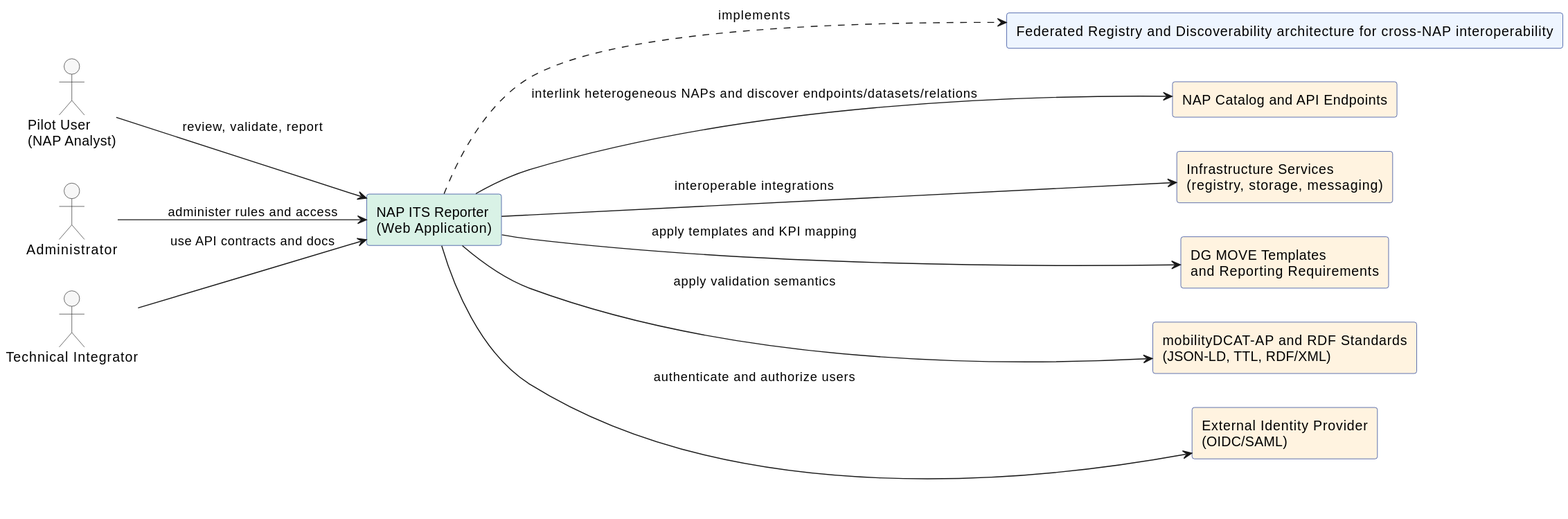
Above: Napcore-ITS-Reporting/docs/architecture/svg/system-context.svg in UM-KGPI/Napcore-ITS-Reporting (PlantUML), before the change.
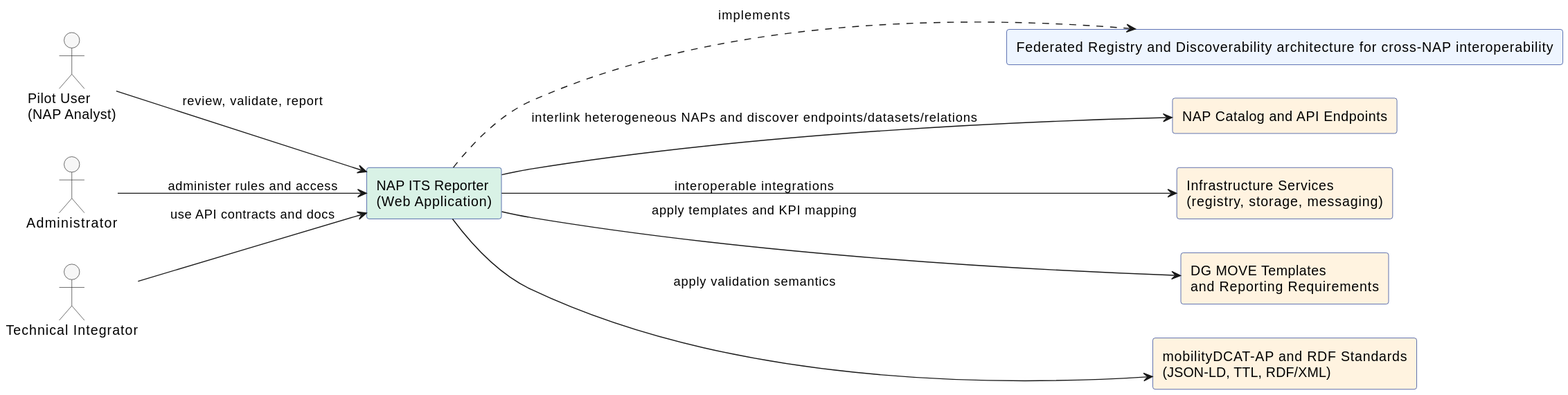
After the commit.

Commit message:
Remove external identity provider from architecture views

The edit, as a diff of the source:
```diff
@@ -24,7 +24,6 @@
 rectangle "Infrastructure Services\n(registry, storage, messaging)" as INFRA #fff3e0
 rectangle "DG MOVE Templates\nand Reporting Requirements" as DGMOVE #fff3e0
 rectangle "mobilityDCAT-AP and RDF Standards\n(JSON-LD, TTL, RDF/XML)" as STD #fff3e0
-rectangle "External Identity Provider\n(OIDC/SAML)" as IDP #fff3e0
 
 U1 --> APP : review, validate, report
 U2 --> APP : administer rules and access
@@ -35,5 +34,4 @@
 APP --> INFRA : interoperable integrations
 APP --> DGMOVE : apply templates and KPI mapping
 APP --> STD : apply validation semantics
-APP --> IDP : authenticate and authorize users
 @enduml
```
